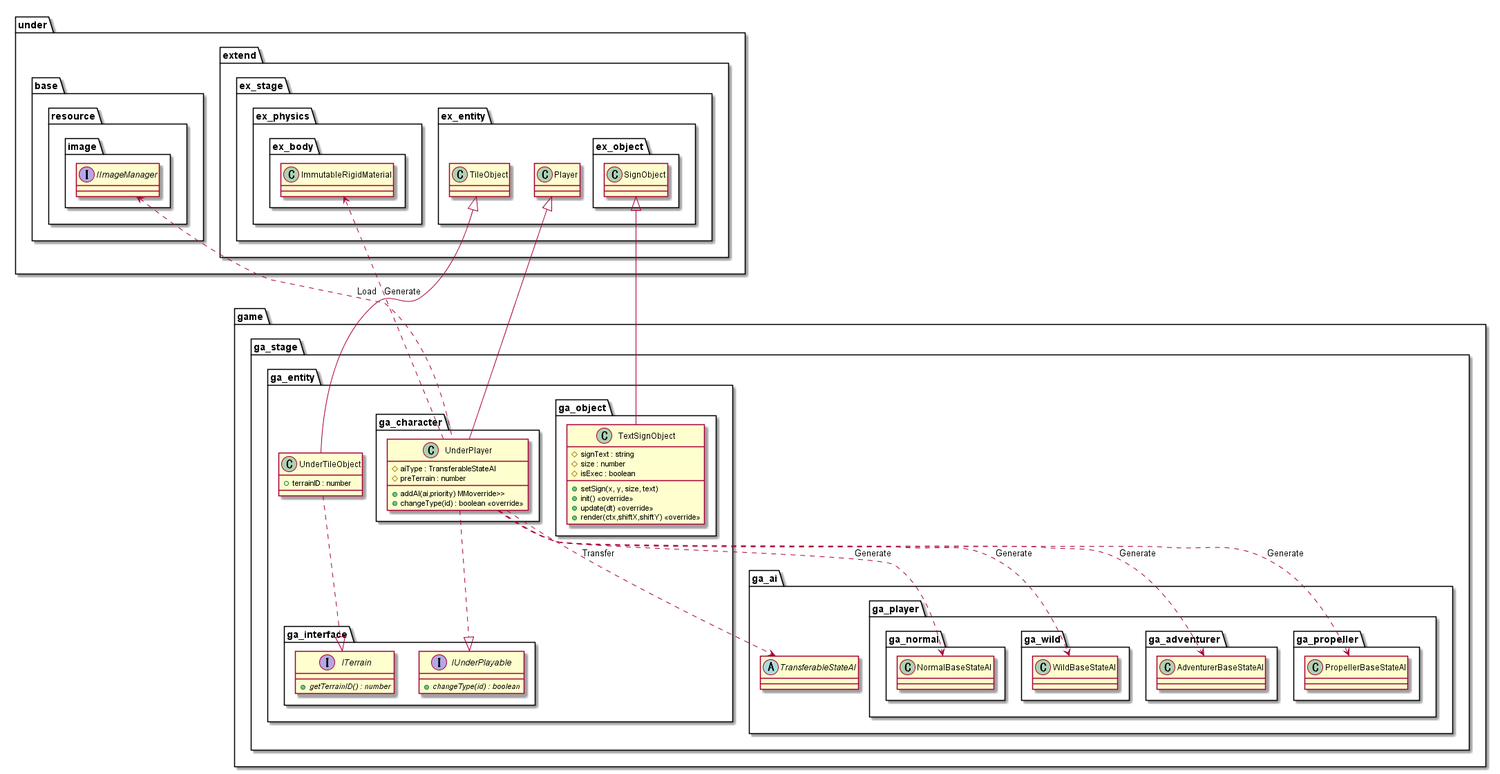
The PlantUML diagram out/uml/entity/Game/EntityGame.png in Expine/Under, before a commit.
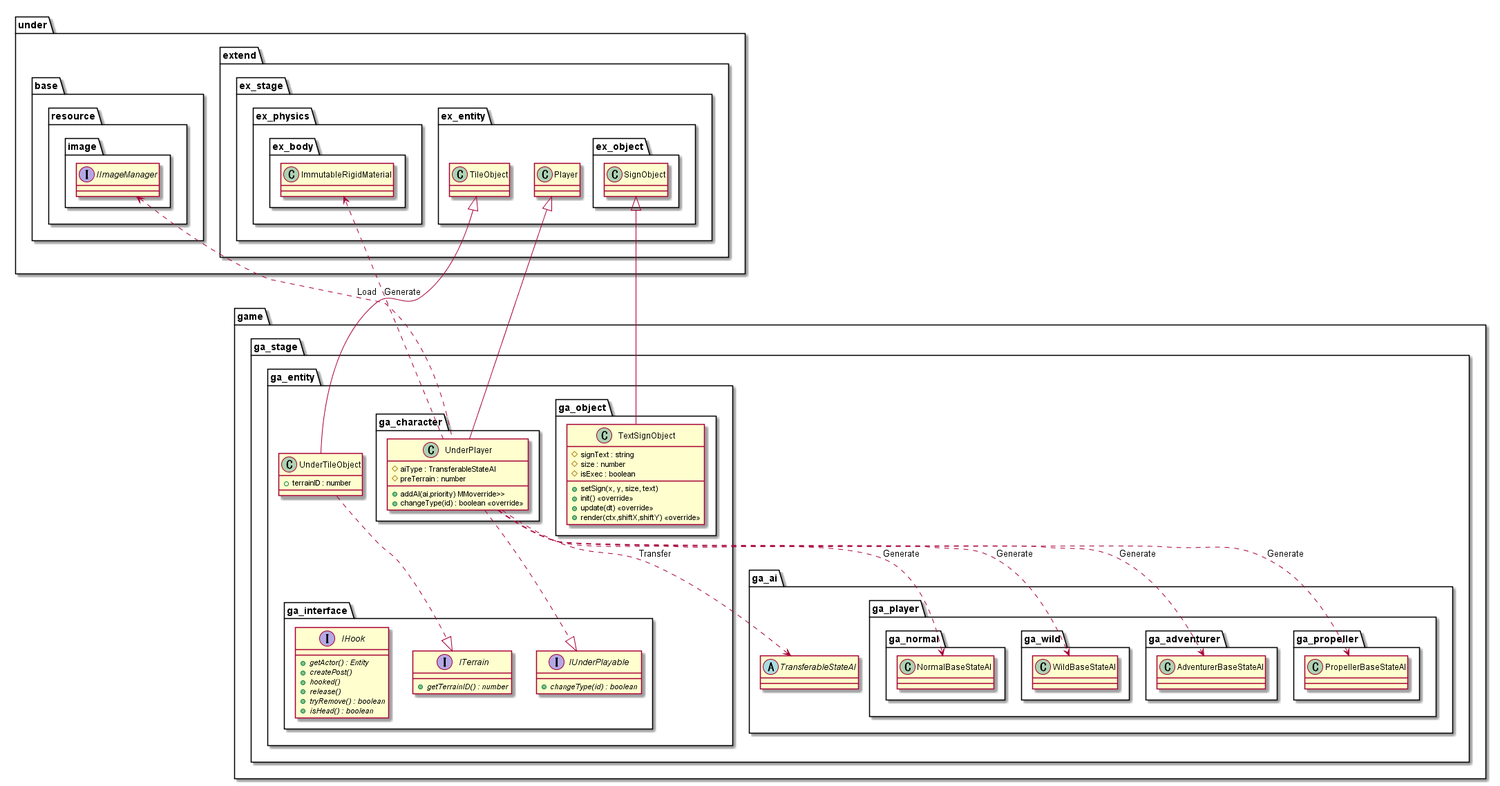
Above is the later version.

The edit, as a diff of the source:
```diff
@@ -30,6 +30,14 @@
                 }
                 interface IUnderPlayable {
                     {abstract} +changeType(id) : boolean
+                }
+                interface IHook {
+                    {abstract} +getActor() : Entity
+                    {abstract} +createPost()
+                    {abstract} +hooked()
+                    {abstract} +release()
+                    {abstract} +tryRemove() : boolean
+                    {abstract} +isHead() : boolean
                 }
             }
         }
```
